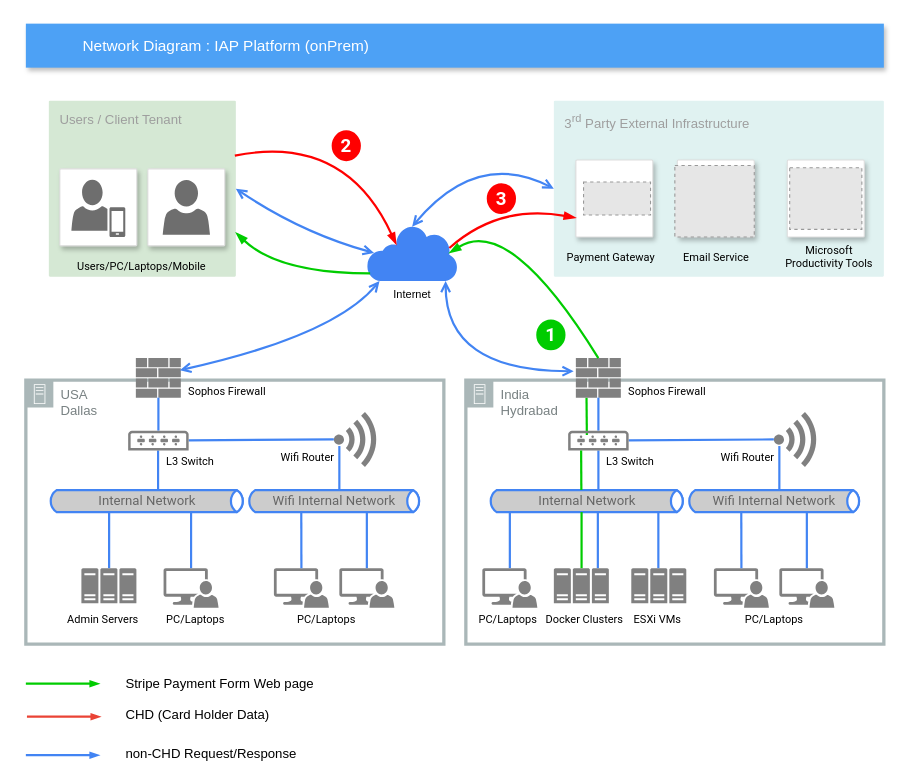
josephlim75/technologies keeps this draw.io diagram as page "Page-3" (2 of 3) of DrawIO/EPSoft Diagram.drawio. Above is the earlier version. Source tidied: cells renumbered, new cells numbered last; positions are measured from the earlier drawing's top-left corner, leaving out a move shared by most shapes. Both pictures are drawn from the tidied source at 110%, with x=0, y=0 at pixel (25, 23). Pictures stored in the file or linked from it are replaced by grey dashed boxes.
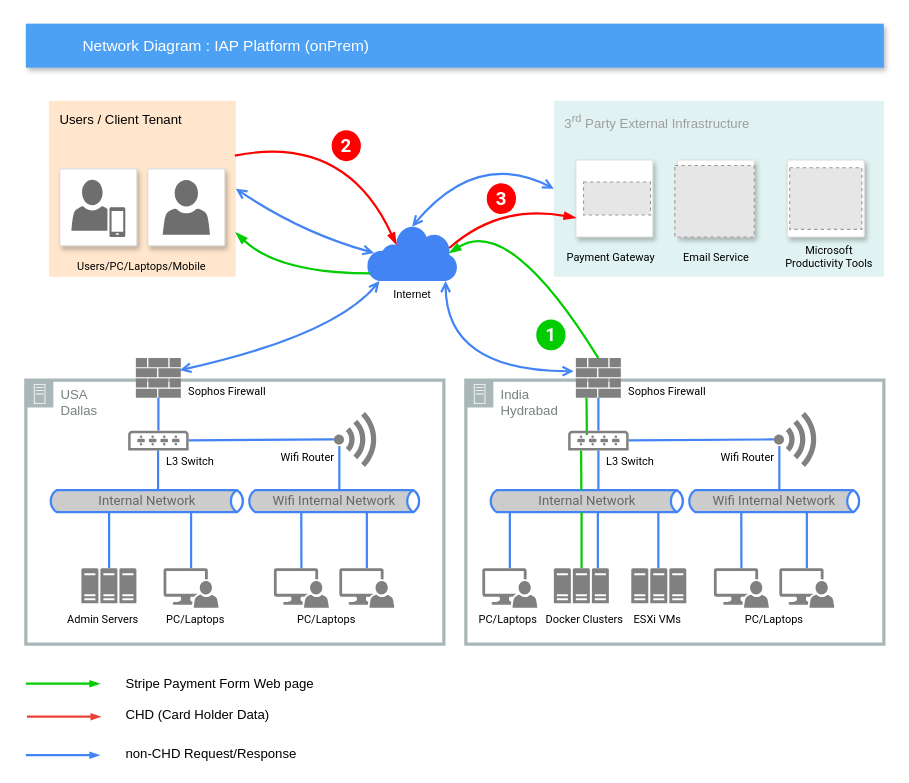
Above is the later version.

The edit, as a diff of the source:
```diff
@@
-    <mxCell id="5" value="Users / Client Tenant" style="rounded=1;absoluteArcSize=1;arcSize=2;html=1;strokeColor=none;gradientColor=none;shadow=0;dashed=0;fontSize=12;fontColor=#9E9E9E;align=left;verticalAlign=top;spacing=10;spacingTop=-4;fillColor=#D5E8D4;" parent="1" vertex="1">
+    <mxCell id="5" value="Users / Client Tenant" style="rounded=1;absoluteArcSize=1;arcSize=2;html=1;shadow=0;dashed=0;fontSize=12;align=left;verticalAlign=top;spacing=10;spacingTop=-4;fillColor=#ffe6cc;strokeColor=none;" parent="1" vertex="1">
       <mxGeometry x="20.9" y="70" width="170" height="160" as="geometry" />
     </mxCell>
```
